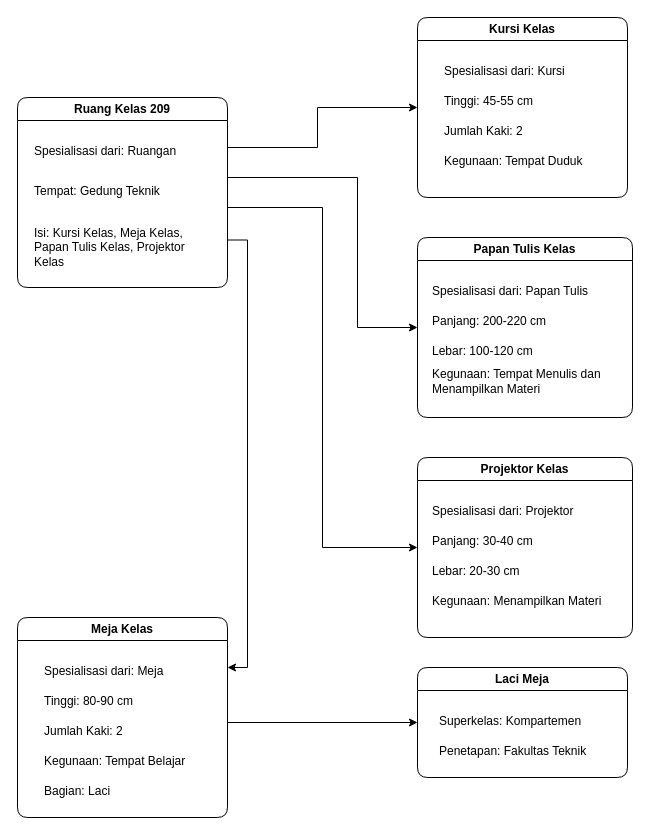
Earlier version of the draw.io diagram RT-Frame.drawio (xnoname2003/flowchart). Source tidied: cells renumbered, new cells numbered last; positions are measured from the earlier drawing's top-left corner, leaving out a move shared by most shapes. Both pictures are drawn from the tidied source at 100%, with x=0, y=0 at pixel (17, 17).
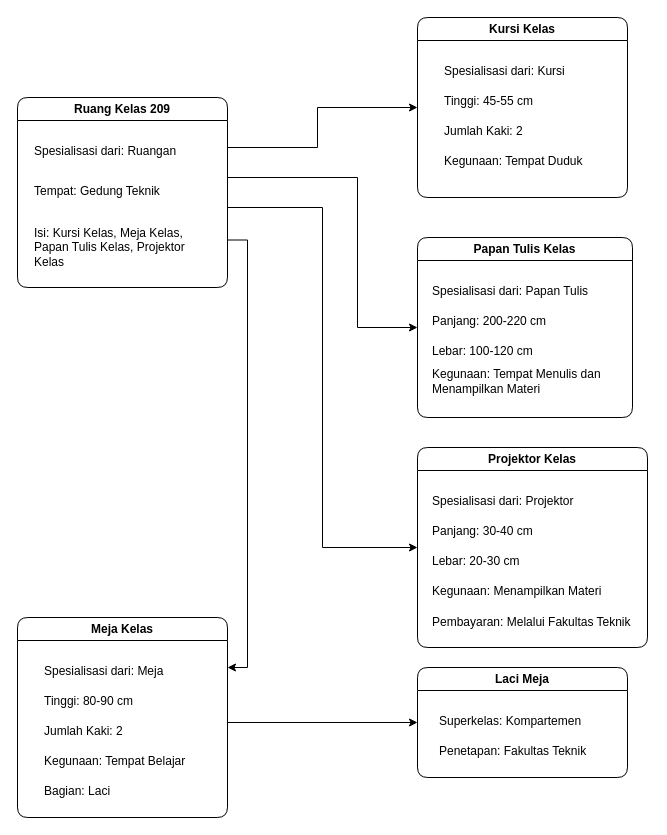
The same diagram, later.

The change refers to these unchanged cells:
```xml
<mxCell id="6" value="Ruang Kelas 209" style="swimlane;whiteSpace=wrap;html=1;gradientColor=none;swimlaneFillColor=none;rounded=1;" parent="1" vertex="1">
  <mxGeometry y="80" width="210" height="190" as="geometry" />
</mxCell>
```

What changed in the source:
```diff
@@
-    <mxCell id="4" style="edgeStyle=orthogonalEdgeStyle;rounded=0;jettySize=auto;html=1;exitX=1;exitY=0.75;exitDx=0;exitDy=0;entryX=0;entryY=0.5;entryDx=0;entryDy=0;" parent="1" edge="1" source="6" target="20">
+    <mxCell id="4" style="edgeStyle=orthogonalEdgeStyle;rounded=0;jettySize=auto;html=1;exitX=1;exitY=0.75;exitDx=0;exitDy=0;" parent="1" edge="1" source="6">
       <mxGeometry relative="1" as="geometry">
+        <mxPoint x="400" y="530" as="targetPoint" />
         <Array as="points">
           <mxPoint x="210" y="190" />
           <mxPoint x="305" y="190" />
           <mxPoint x="305" y="530" />
         </Array>
       </mxGeometry>
     </mxCell>
@@
     <mxCell id="20" value="Projektor Kelas" style="swimlane;whiteSpace=wrap;html=1;gradientColor=none;swimlaneFillColor=none;rounded=1;" parent="1" vertex="1">
-      <mxGeometry x="400" y="440" width="215" height="180" as="geometry" />
+      <mxGeometry x="400" y="430" width="230" height="200" as="geometry" />
     </mxCell>
@@
+    <mxCell id="35" value="Pembayaran: Melalui Fakultas Teknik" style="text;html=1;align=left;verticalAlign=middle;strokeColor=none;fillColor=none;" parent="20" vertex="1">
+      <mxGeometry x="12.5" y="160" width="220" height="30" as="geometry" />
+    </mxCell>
```
